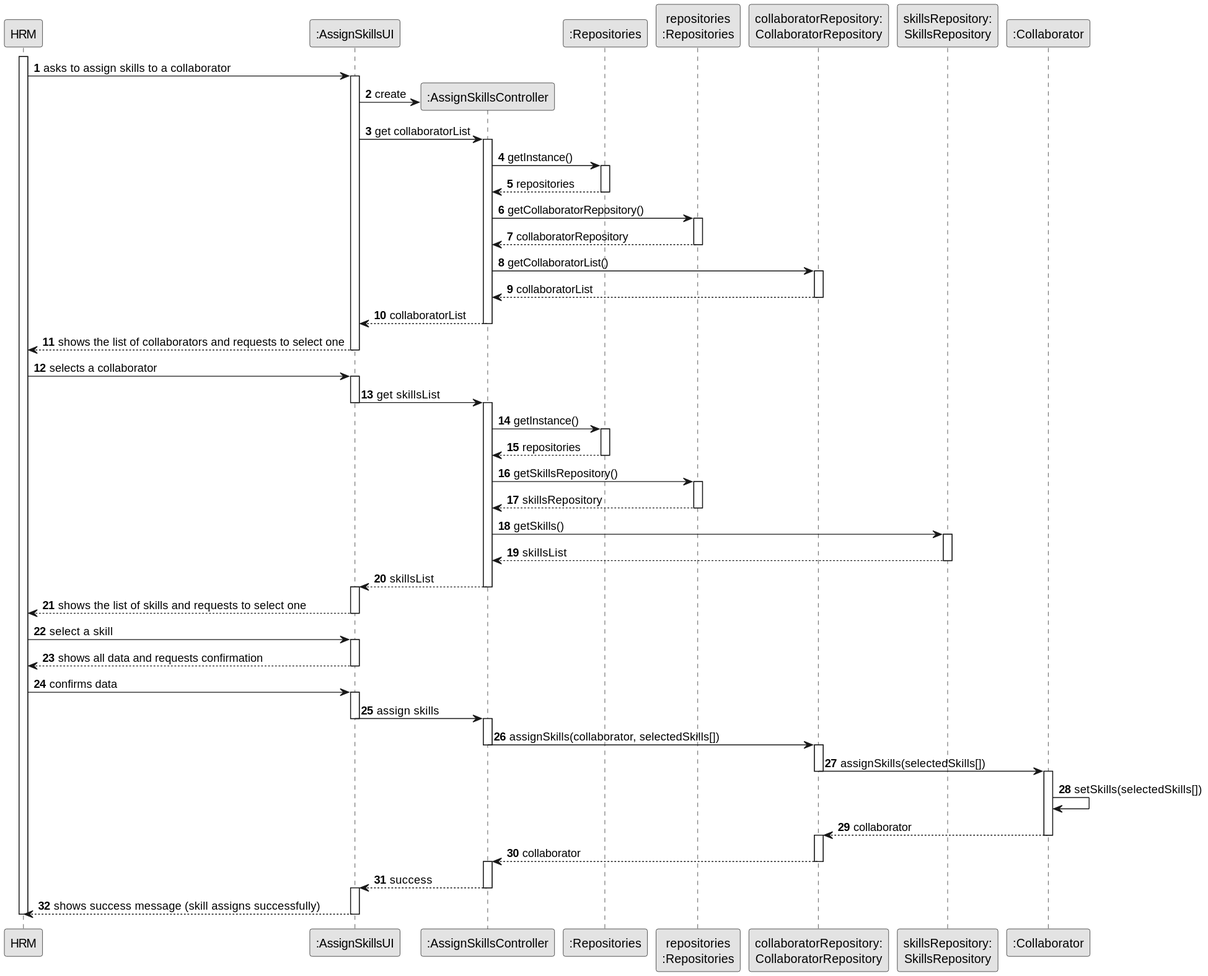
The PlantUML diagram docs/sprintB/us004/03.design/svg/us004-sequence-diagram-full.svg in ricardomm7/leaflink, before a commit.
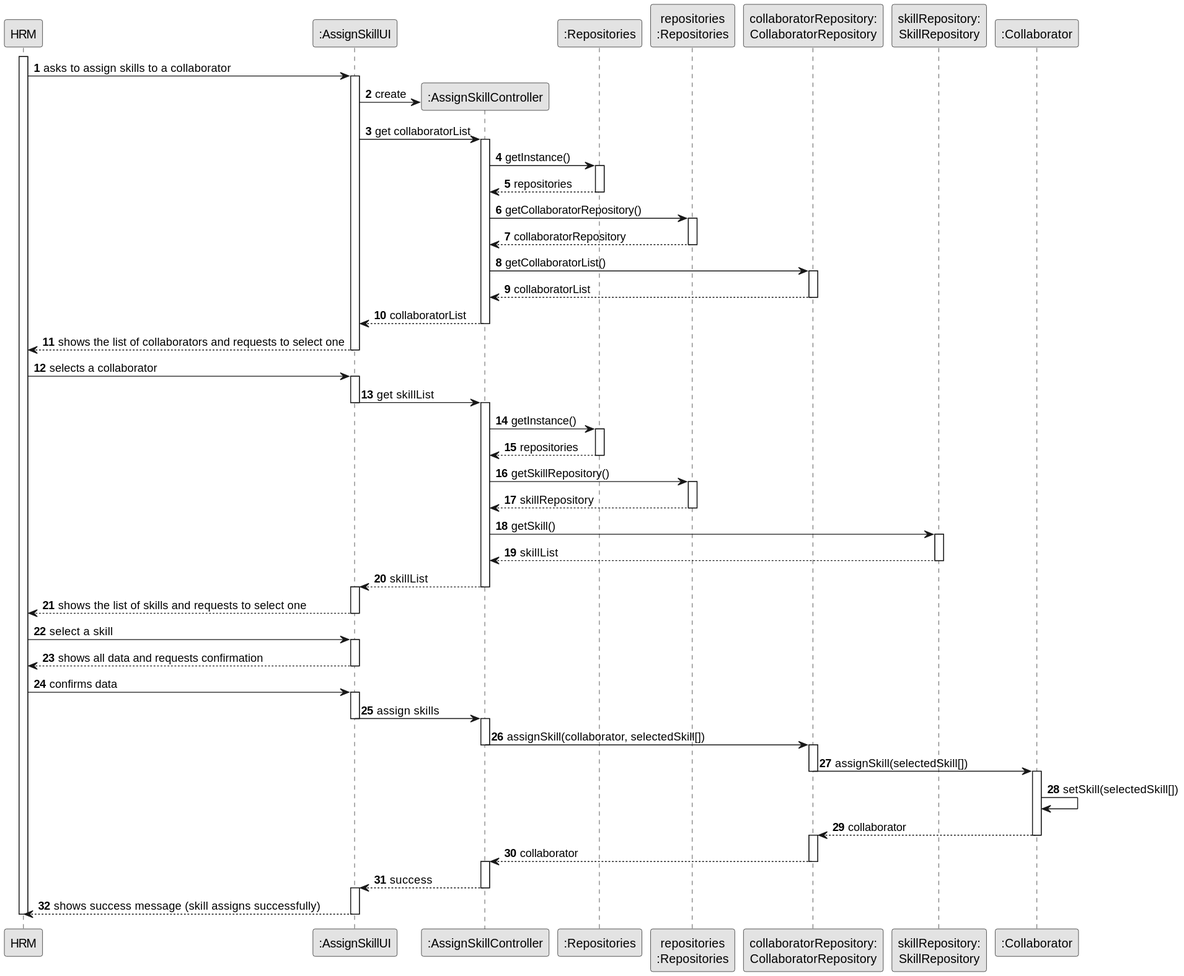
Later version of the same file.

What changed in the source:
```diff
@@ -6,12 +6,12 @@
 autonumber
 
 participant "HRM" as HRM
-participant ":AssignSkillsUI" as UI
-participant ":AssignSkillsController" as CTRL
+participant ":AssignSkillUI" as UI
+participant ":AssignSkillController" as CTRL
 participant ":Repositories" as GlobRepo
 participant "repositories\n:Repositories" as PLAT
 participant "collaboratorRepository:\nCollaboratorRepository" as CLBREP
-participant "skillsRepository:\nSkillsRepository" as skillsRepository
+participant "skillRepository:\nSkillRepository" as skillRepository
 participant ":Collaborator" as CLB
 
 
@@ -44,7 +44,7 @@
 HRM -> UI : selects a collaborator
 activate UI
 
-UI -> CTRL : get skillsList
+UI -> CTRL : get skillList
 deactivate UI
 activate CTRL
 
@@ -54,19 +54,19 @@
 GlobRepo --> CTRL : repositories
 deactivate GlobRepo
 
-CTRL -> PLAT : getSkillsRepository()
+CTRL -> PLAT : getSkillRepository()
 activate PLAT
 
-PLAT -->  CTRL: skillsRepository
+PLAT -->  CTRL: skillRepository
 deactivate PLAT
 
-CTRL -> skillsRepository : getSkills()
-activate skillsRepository
+CTRL -> skillRepository : getSkill()
+activate skillRepository
 
-skillsRepository --> CTRL : skillsList
-deactivate skillsRepository
+skillRepository --> CTRL : skillList
+deactivate skillRepository
 
-CTRL --> UI : skillsList
+CTRL --> UI : skillList
 deactivate CTRL
 activate UI
 
@@ -87,15 +87,15 @@
 activate CTRL
 
 
-CTRL -> CLBREP : assignSkills(collaborator, selectedSkills[])
+CTRL -> CLBREP : assignSkill(collaborator, selectedSkill[])
 deactivate CTRL
 
 activate CLBREP
-CLBREP -> CLB : assignSkills(selectedSkills[])
+CLBREP -> CLB : assignSkill(selectedSkill[])
 deactivate CLBREP
 activate CLB
 
-CLB -> CLB : setSkills(selectedSkills[])
+CLB -> CLB : setSkill(selectedSkill[])
 
 CLB --> CLBREP : collaborator
 deactivate CLB
```
